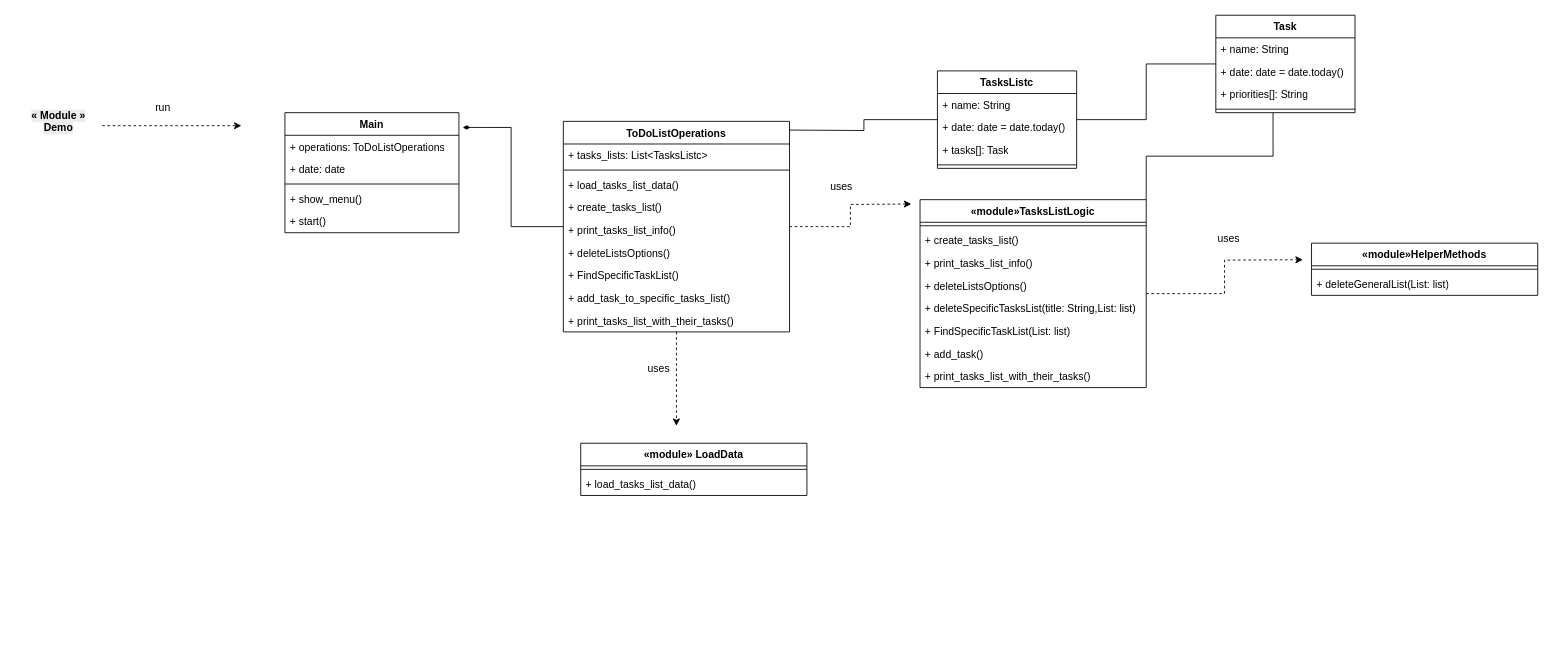
Before: page "UML Class Diagram" (6 of 9) of ToDoList App.drawio in AbdallahDaradkeh-1/ToDoList-App, a draw.io diagram. Source tidied: cells renumbered, new cells numbered last; positions are measured from the earlier drawing's top-left corner, leaving out a move shared by most shapes. Both pictures are drawn from the tidied source at 87%, with x=0, y=0 at pixel (15, 15).
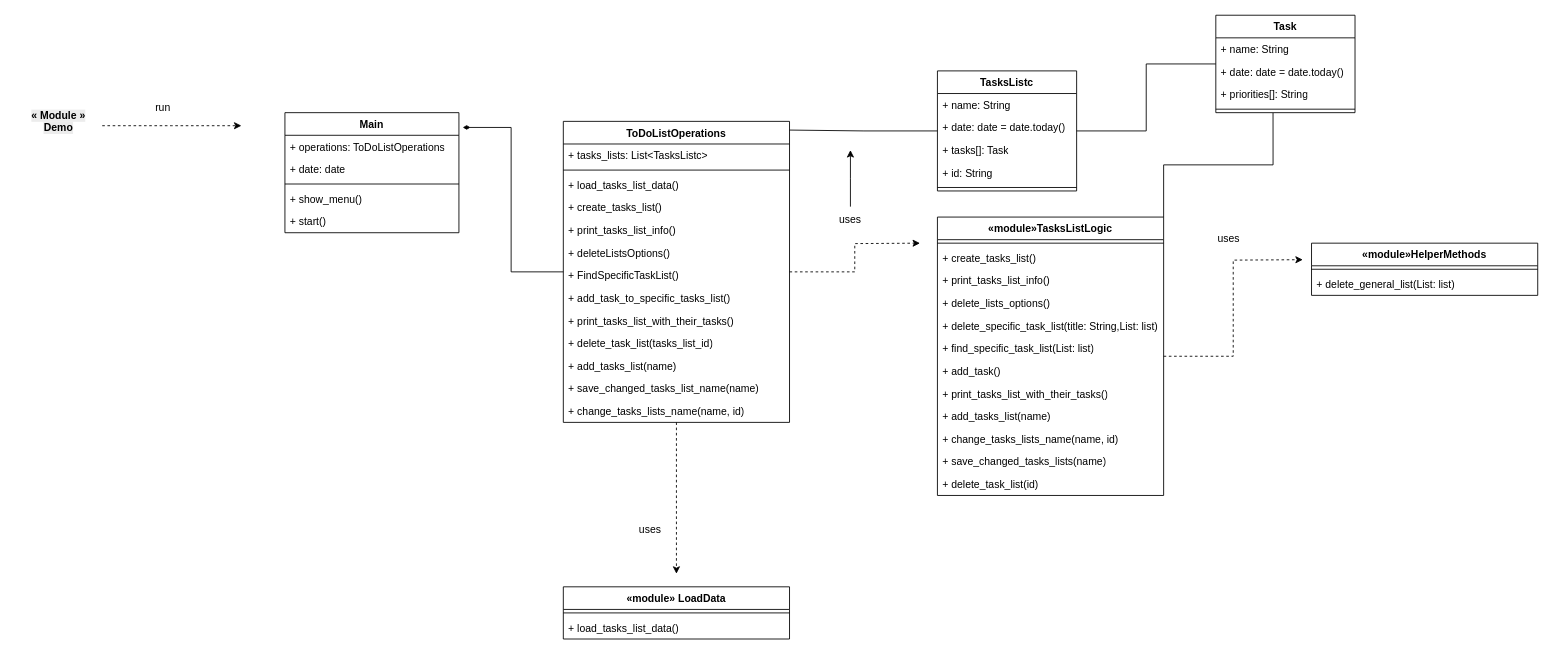
The same diagram, later.

Commit message:
detailed analysis for most of the to_do_list project aspects

Unchanged cells that the change refers to:
```xml
<mxCell id="46" value="&lt;span style=&quot;&quot;&gt;«module»HelperMethods&lt;/span&gt;" style="swimlane;fontStyle=1;align=center;verticalAlign=top;horizontal=1;startSize=26;whiteSpace=wrap;html=1;" parent="1" vertex="1">
  <mxGeometry x="1490" y="262" width="260" height="60" as="geometry" />
</mxCell>
```

Diff of the diagram source:
```diff
@@
     <mxCell id="2" style="edgeStyle=orthogonalEdgeStyle;rounded=0;jettySize=auto;html=1;dashed=1;" parent="1" edge="1" source="4">
       <mxGeometry relative="1" as="geometry">
-        <mxPoint x="1030" y="217" as="targetPoint" />
+        <mxPoint x="1040" y="262" as="targetPoint" />
       </mxGeometry>
     </mxCell>
     <mxCell id="3" style="edgeStyle=orthogonalEdgeStyle;rounded=0;jettySize=auto;html=1;dashed=1;" parent="1" edge="1" source="4">
       <mxGeometry relative="1" as="geometry">
-        <mxPoint x="760" y="472" as="targetPoint" />
+        <mxPoint x="760" y="642" as="targetPoint" />
       </mxGeometry>
     </mxCell>
     <mxCell id="4" value="&lt;span style=&quot;&quot;&gt;ToDoListOperations&lt;/span&gt;" style="swimlane;fontStyle=1;align=center;verticalAlign=top;horizontal=1;startSize=26;whiteSpace=wrap;html=1;" parent="1" vertex="1">
-      <mxGeometry x="630" y="122" width="260" height="242" as="geometry" />
+      <mxGeometry x="630" y="122" width="260" height="346" as="geometry" />
     </mxCell>
@@
+    <mxCell id="56" value="+ delete_task_list(tasks_list_id)" style="text;strokeColor=none;fillColor=none;align=left;verticalAlign=top;spacingLeft=4;spacingRight=4;overflow=hidden;whiteSpace=wrap;html=1;" parent="4" vertex="1">
+      <mxGeometry y="242" width="260" height="26" as="geometry" />
+    </mxCell>
+    <mxCell id="57" value="+ add_tasks_list(name)" style="text;strokeColor=none;fillColor=none;align=left;verticalAlign=top;spacingLeft=4;spacingRight=4;overflow=hidden;whiteSpace=wrap;html=1;" parent="4" vertex="1">
+      <mxGeometry y="268" width="260" height="26" as="geometry" />
+    </mxCell>
+    <mxCell id="58" value="+ save_changed_tasks_list_name(name)" style="text;strokeColor=none;fillColor=none;align=left;verticalAlign=top;spacingLeft=4;spacingRight=4;overflow=hidden;whiteSpace=wrap;html=1;" parent="4" vertex="1">
+      <mxGeometry y="294" width="260" height="26" as="geometry" />
+    </mxCell>
+    <mxCell id="59" value="+ change_tasks_lists_name(name, id)" style="text;strokeColor=none;fillColor=none;align=left;verticalAlign=top;spacingLeft=4;spacingRight=4;overflow=hidden;whiteSpace=wrap;html=1;" parent="4" vertex="1">
+      <mxGeometry y="320" width="260" height="26" as="geometry" />
+    </mxCell>
@@
     <mxCell id="15" value="TasksListc" style="swimlane;fontStyle=1;align=center;verticalAlign=top;horizontal=1;startSize=26;whiteSpace=wrap;html=1;" parent="1" vertex="1">
-      <mxGeometry x="1060" y="64" width="160" height="112" as="geometry" />
+      <mxGeometry x="1060" y="64" width="160" height="138" as="geometry" />
     </mxCell>
@@
+    <mxCell id="60" value="+ id: String" style="text;strokeColor=none;fillColor=none;align=left;verticalAlign=top;spacingLeft=4;spacingRight=4;overflow=hidden;whiteSpace=wrap;html=1;" parent="15" vertex="1">
+      <mxGeometry y="104" width="160" height="26" as="geometry" />
+    </mxCell>
     <mxCell id="19" style="line;strokeWidth=1;fillColor=none;align=left;verticalAlign=middle;spacingTop=-1;spacingLeft=3;spacingRight=3;labelPosition=right;strokeColor=inherit;" parent="15" vertex="1">
-      <mxGeometry y="104" width="160" height="8" as="geometry" />
+      <mxGeometry y="130" width="160" height="8" as="geometry" />
     </mxCell>
@@
     <mxCell id="32" value="&lt;span style=&quot;&quot;&gt;«module»TasksListLogic&lt;/span&gt;" style="swimlane;fontStyle=1;align=center;verticalAlign=top;horizontal=1;startSize=26;whiteSpace=wrap;html=1;" parent="1" vertex="1">
-      <mxGeometry x="1040" y="212" width="260" height="216" as="geometry" />
+      <mxGeometry x="1060" y="232" width="260" height="320" as="geometry" />
     </mxCell>
@@
-    <mxCell id="36" value="+ deleteListsOptions()" style="text;strokeColor=none;fillColor=none;align=left;verticalAlign=top;spacingLeft=4;spacingRight=4;overflow=hidden;whiteSpace=wrap;html=1;" parent="32" vertex="1">
+    <mxCell id="36" value="+ delete_lists_options()" style="text;strokeColor=none;fillColor=none;align=left;verticalAlign=top;spacingLeft=4;spacingRight=4;overflow=hidden;whiteSpace=wrap;html=1;" parent="32" vertex="1">
       <mxGeometry y="86" width="260" height="26" as="geometry" />
     </mxCell>
-    <mxCell id="37" value="+ deleteSpecificTasksList(title: String,List: list)" style="text;strokeColor=none;fillColor=none;align=left;verticalAlign=top;spacingLeft=4;spacingRight=4;overflow=hidden;whiteSpace=wrap;html=1;" parent="32" vertex="1">
+    <mxCell id="37" value="+ delete_specific_task_list(title: String,List: list)" style="text;strokeColor=none;fillColor=none;align=left;verticalAlign=top;spacingLeft=4;spacingRight=4;overflow=hidden;whiteSpace=wrap;html=1;" parent="32" vertex="1">
       <mxGeometry y="112" width="260" height="26" as="geometry" />
     </mxCell>
-    <mxCell id="38" value="+ FindSpecificTaskList(List: list)" style="text;strokeColor=none;fillColor=none;align=left;verticalAlign=top;spacingLeft=4;spacingRight=4;overflow=hidden;whiteSpace=wrap;html=1;" parent="32" vertex="1">
+    <mxCell id="38" value="+ find_specific_task_list(List: list)" style="text;strokeColor=none;fillColor=none;align=left;verticalAlign=top;spacingLeft=4;spacingRight=4;overflow=hidden;whiteSpace=wrap;html=1;" parent="32" vertex="1">
       <mxGeometry y="138" width="260" height="26" as="geometry" />
     </mxCell>
@@
+    <mxCell id="61" value="+ add_tasks_list(name)" style="text;strokeColor=none;fillColor=none;align=left;verticalAlign=top;spacingLeft=4;spacingRight=4;overflow=hidden;whiteSpace=wrap;html=1;" parent="32" vertex="1">
+      <mxGeometry y="216" width="260" height="26" as="geometry" />
+    </mxCell>
+    <mxCell id="62" value="+ change_tasks_lists_name(name, id)" style="text;strokeColor=none;fillColor=none;align=left;verticalAlign=top;spacingLeft=4;spacingRight=4;overflow=hidden;whiteSpace=wrap;html=1;" parent="32" vertex="1">
+      <mxGeometry y="242" width="260" height="26" as="geometry" />
+    </mxCell>
+    <mxCell id="63" value="+ save_changed_tasks_lists(name)" style="text;strokeColor=none;fillColor=none;align=left;verticalAlign=top;spacingLeft=4;spacingRight=4;overflow=hidden;whiteSpace=wrap;html=1;" parent="32" vertex="1">
+      <mxGeometry y="268" width="260" height="26" as="geometry" />
+    </mxCell>
+    <mxCell id="64" value="+ delete_task_list(id)" style="text;strokeColor=none;fillColor=none;align=left;verticalAlign=top;spacingLeft=4;spacingRight=4;overflow=hidden;whiteSpace=wrap;html=1;" parent="32" vertex="1">
+      <mxGeometry y="294" width="260" height="26" as="geometry" />
+    </mxCell>
+    <mxCell id="65" style="edgeStyle=orthogonalEdgeStyle;rounded=0;jettySize=auto;html=1;" parent="1" edge="1" source="41">
+      <mxGeometry relative="1" as="geometry">
+        <mxPoint x="960" y="155" as="targetPoint" />
+      </mxGeometry>
+    </mxCell>
     <mxCell id="41" value="uses" style="text;html=1;whiteSpace=wrap;strokeColor=none;fillColor=none;align=center;verticalAlign=middle;rounded=0;" parent="1" vertex="1">
-      <mxGeometry x="920" y="182" width="60" height="30" as="geometry" />
+      <mxGeometry x="930" y="220" width="60" height="30" as="geometry" />
     </mxCell>
     <mxCell id="42" value="&lt;span style=&quot;&quot;&gt;«module» LoadData&lt;/span&gt;" style="swimlane;fontStyle=1;align=center;verticalAlign=top;horizontal=1;startSize=26;whiteSpace=wrap;html=1;" parent="1" vertex="1">
-      <mxGeometry x="650" y="492" width="260" height="60" as="geometry" />
+      <mxGeometry x="630" y="657" width="260" height="60" as="geometry" />
     </mxCell>
@@
     <mxCell id="45" value="uses" style="text;html=1;whiteSpace=wrap;strokeColor=none;fillColor=none;align=center;verticalAlign=middle;rounded=0;" parent="1" vertex="1">
-      <mxGeometry x="710" y="392" width="60" height="30" as="geometry" />
+      <mxGeometry x="700" y="577" width="60" height="30" as="geometry" />
     </mxCell>
@@
-    <mxCell id="48" value="+ deleteGeneralList(List: list)" style="text;strokeColor=none;fillColor=none;align=left;verticalAlign=top;spacingLeft=4;spacingRight=4;overflow=hidden;whiteSpace=wrap;html=1;" parent="46" vertex="1">
+    <mxCell id="48" value="+ delete_general_list(List: list)" style="text;strokeColor=none;fillColor=none;align=left;verticalAlign=top;spacingLeft=4;spacingRight=4;overflow=hidden;whiteSpace=wrap;html=1;" parent="46" vertex="1">
       <mxGeometry y="34" width="260" height="26" as="geometry" />
     </mxCell>
```
